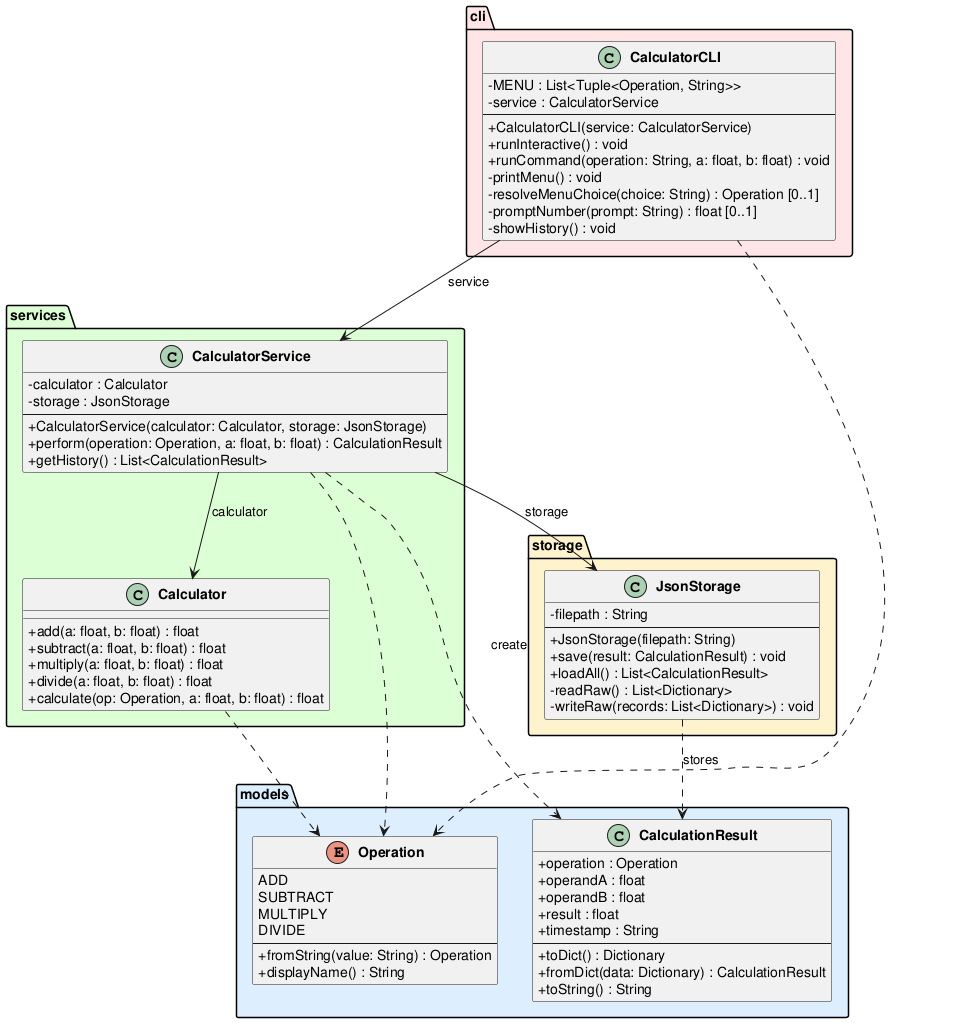
The PlantUML diagram experiments/broadcast/test_driven/calculator/artifacts/class_diagram.png in DanielRiha8906/Software_autoevolution_using_agents, before a commit.
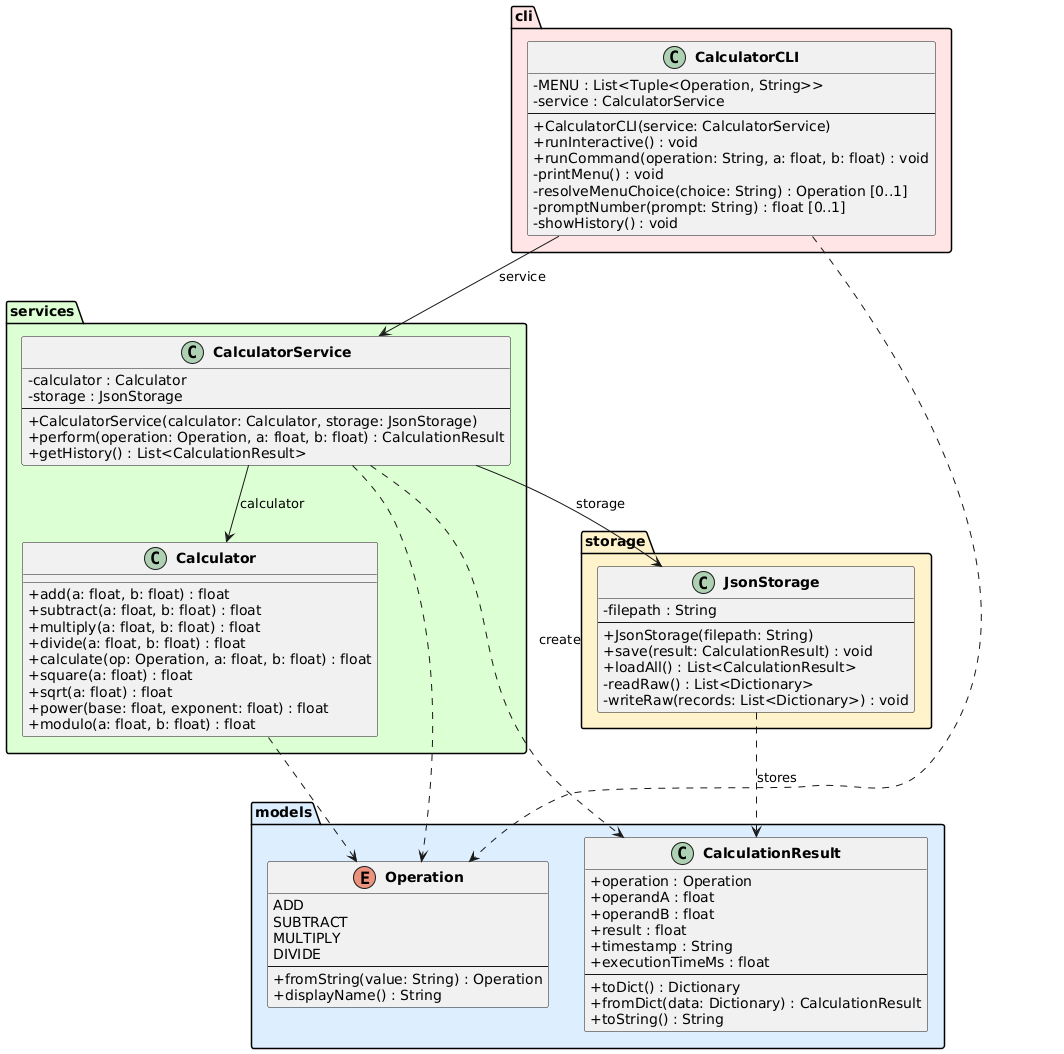
After the commit.

Change to the diagram source:
```diff
@@ -20,6 +20,7 @@
         +operandB : float
         +result : float
         +timestamp : String
+        +executionTimeMs : float
         --
         +toDict() : Dictionary
         +fromDict(data: Dictionary) : CalculationResult
@@ -34,6 +35,10 @@
         +multiply(a: float, b: float) : float
         +divide(a: float, b: float) : float
         +calculate(op: Operation, a: float, b: float) : float
+        +square(a: float) : float
+        +sqrt(a: float) : float
+        +power(base: float, exponent: float) : float
+        +modulo(a: float, b: float) : float
     }
 
     class CalculatorService {
```
